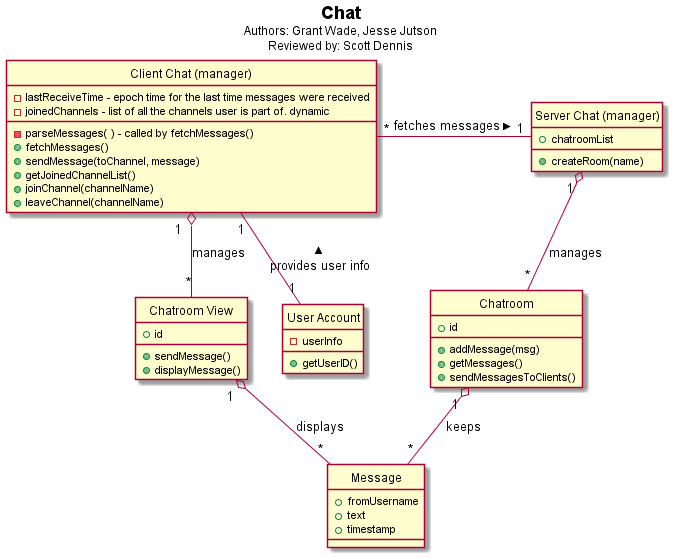
Above: hw3/Chat/fullChat.png in voxelv/sQuire_kw (PlantUML), before the change.
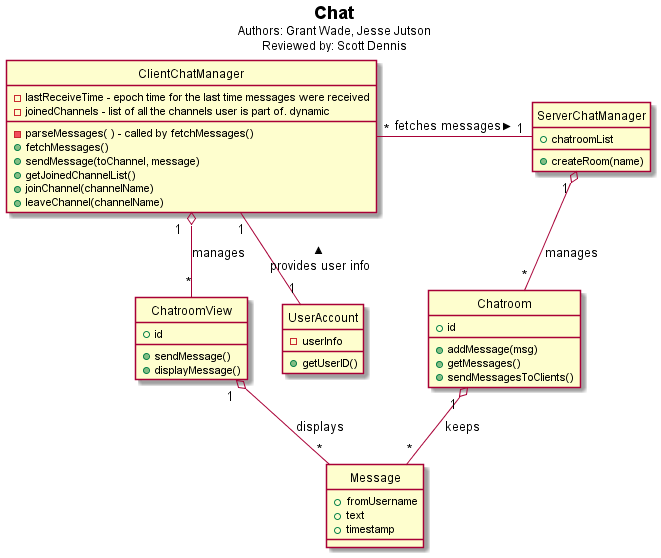
After the change.

Diff of the diagram source:
```diff
@@ -5,7 +5,7 @@
 Title <b>Chat</b>\n<size:12>Authors: Grant Wade, Jesse Jutson\n<size:12>Reviewed by: Scott Dennis
 
 
-class "Server Chat (manager)" as chat{
+class "ServerChatManager" as chat{
 	+chatroomList
 	+createRoom(name)
 
@@ -20,7 +20,7 @@
 
 
 
-class "Client Chat (manager)" as clientChat{
+class "ClientChatManager" as clientChat{
 	-lastReceiveTime - epoch time for the last time messages were received
 	-joinedChannels - list of all the channels user is part of. dynamic
 
@@ -32,7 +32,7 @@
 	+leaveChannel(channelName)
 }
 
-class "Chatroom View" as clientChatroom{
+class "ChatroomView" as clientChatroom{
 	+id
 	+sendMessage()
 	+displayMessage()
@@ -46,7 +46,7 @@
 }
 
 
-class "User Account" as userAccount{
+class "UserAccount" as userAccount{
 	-userInfo
 	+getUserID()
 }
```
